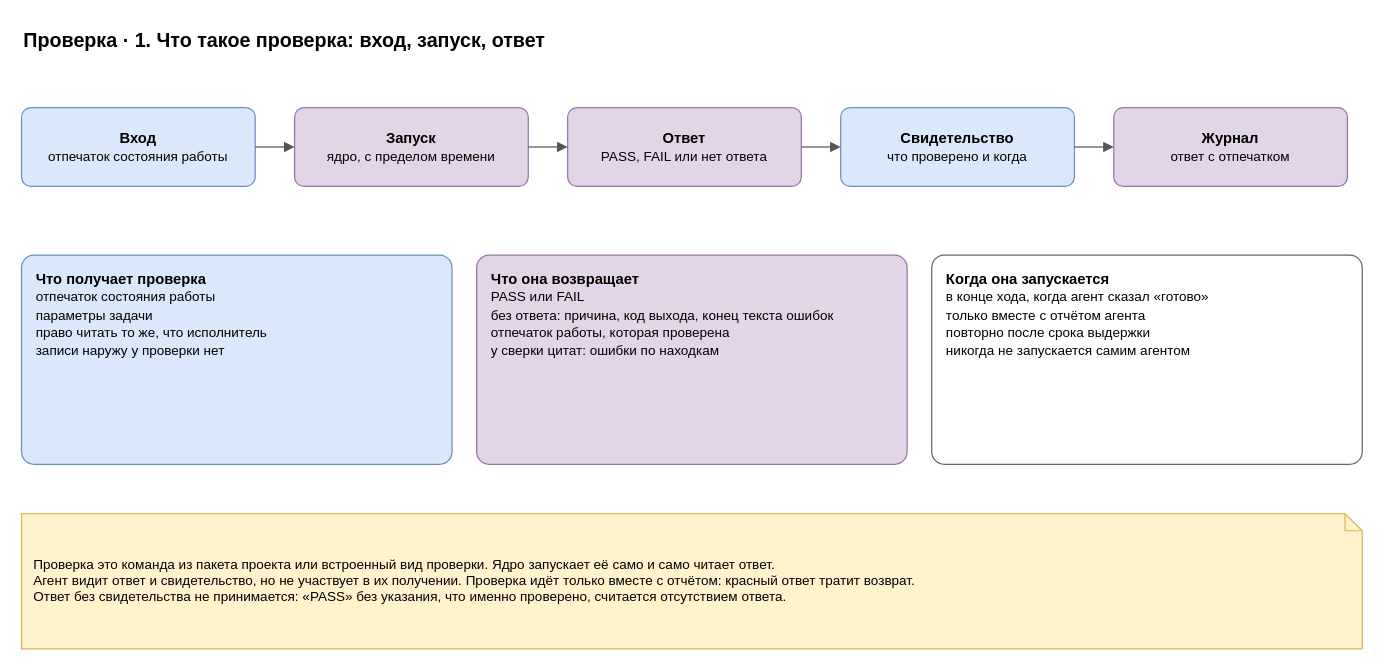
Before: page "1. Запуск и ответ" (1 of 5) of docs/spec/harness-check.drawio in roygkov/reins, a draw.io diagram. Source tidied: cells renumbered, new cells numbered last; positions are measured from the earlier drawing's top-left corner, leaving out a move shared by most shapes. Both pictures are drawn from the tidied source at 123%, with x=0, y=0 at pixel (21, 21).
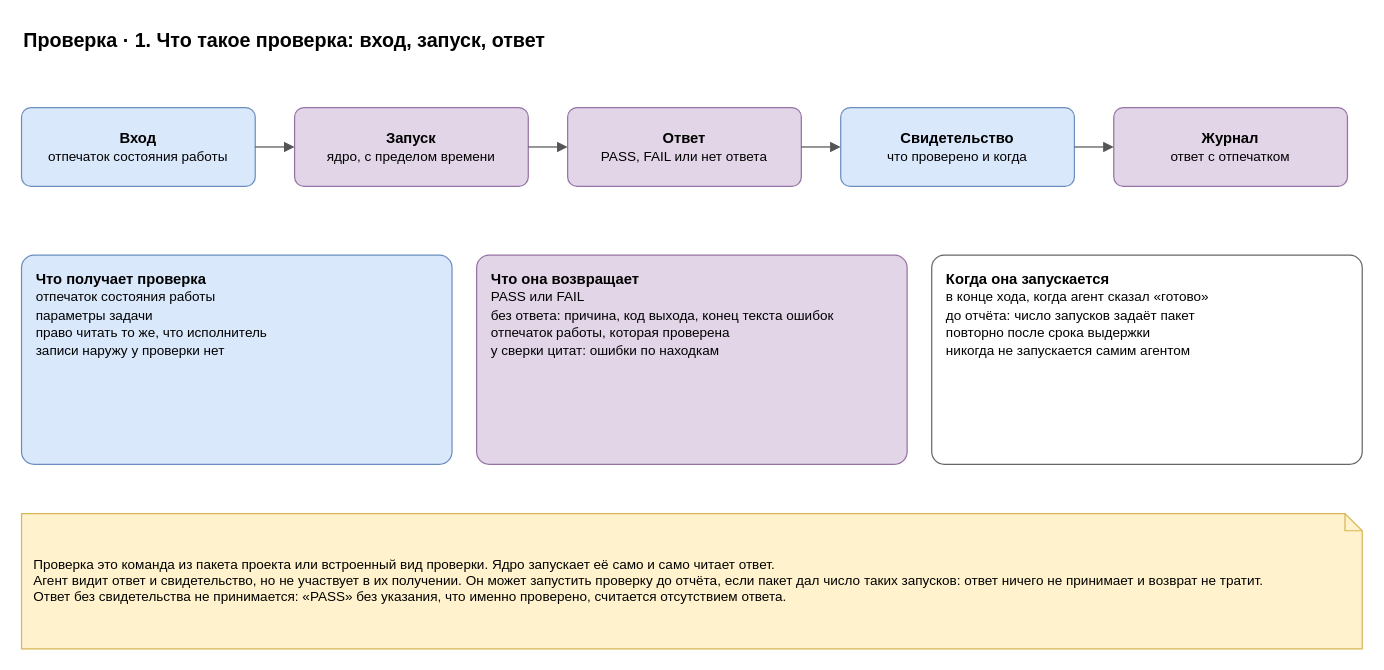
Above is the later version.

Change to the diagram source:
```diff
@@
 <mxGraphModel>
   <root>
     <mxCell id="0" />
     <mxCell id="1" parent="0" />
     <mxCell id="2" value="Проверка · 1. Что такое проверка: вход, запуск, ответ" style="text;html=1;align=left;verticalAlign=middle;whiteSpace=wrap;fontSize=16;strokeColor=none;fillColor=none;fontStyle=1;" parent="1" vertex="1">
       <mxGeometry width="900" height="30" as="geometry" />
     </mxCell>
     <mxCell id="3" value="&lt;b&gt;Вход&lt;/b&gt;&lt;br&gt;&lt;font style=&quot;font-size:11px&quot;&gt;отпечаток состояния работы&lt;/font&gt;" style="rounded=1;whiteSpace=wrap;html=1;fillColor=#dae8fc;strokeColor=#6c8ebf;arcSize=12;" parent="1" vertex="1">
       <mxGeometry y="70" width="190" height="64" as="geometry" />
     </mxCell>
     <mxCell id="4" value="&lt;b&gt;Запуск&lt;/b&gt;&lt;br&gt;&lt;font style=&quot;font-size:11px&quot;&gt;ядро, с пределом времени&lt;/font&gt;" style="rounded=1;whiteSpace=wrap;html=1;fillColor=#e1d5e7;strokeColor=#9673a6;arcSize=12;" parent="1" vertex="1">
       <mxGeometry x="222" y="70" width="190" height="64" as="geometry" />
     </mxCell>
     <mxCell id="5" style="edgeStyle=orthogonalEdgeStyle;rounded=0;html=1;endArrow=block;endFill=1;strokeColor=#555555;fontSize=11;labelBackgroundColor=#ffffff;" parent="1" edge="1" source="3" target="4">
       <mxGeometry relative="1" as="geometry" />
     </mxCell>
     <mxCell id="6" value="&lt;b&gt;Ответ&lt;/b&gt;&lt;br&gt;&lt;font style=&quot;font-size:11px&quot;&gt;PASS, FAIL или нет ответа&lt;/font&gt;" style="rounded=1;whiteSpace=wrap;html=1;fillColor=#e1d5e7;strokeColor=#9673a6;arcSize=12;" parent="1" vertex="1">
       <mxGeometry x="444" y="70" width="190" height="64" as="geometry" />
     </mxCell>
     <mxCell id="7" style="edgeStyle=orthogonalEdgeStyle;rounded=0;html=1;endArrow=block;endFill=1;strokeColor=#555555;fontSize=11;labelBackgroundColor=#ffffff;" parent="1" edge="1" source="4" target="6">
       <mxGeometry relative="1" as="geometry" />
     </mxCell>
     <mxCell id="8" value="&lt;b&gt;Свидетельство&lt;/b&gt;&lt;br&gt;&lt;font style=&quot;font-size:11px&quot;&gt;что проверено и когда&lt;/font&gt;" style="rounded=1;whiteSpace=wrap;html=1;fillColor=#dae8fc;strokeColor=#6c8ebf;arcSize=12;" parent="1" vertex="1">
       <mxGeometry x="666" y="70" width="190" height="64" as="geometry" />
     </mxCell>
     <mxCell id="9" style="edgeStyle=orthogonalEdgeStyle;rounded=0;html=1;endArrow=block;endFill=1;strokeColor=#555555;fontSize=11;labelBackgroundColor=#ffffff;" parent="1" edge="1" source="6" target="8">
       <mxGeometry relative="1" as="geometry" />
     </mxCell>
     <mxCell id="10" value="&lt;b&gt;Журнал&lt;/b&gt;&lt;br&gt;&lt;font style=&quot;font-size:11px&quot;&gt;ответ с отпечатком&lt;/font&gt;" style="rounded=1;whiteSpace=wrap;html=1;fillColor=#e1d5e7;strokeColor=#9673a6;arcSize=12;" parent="1" vertex="1">
       <mxGeometry x="888" y="70" width="190" height="64" as="geometry" />
     </mxCell>
     <mxCell id="11" style="edgeStyle=orthogonalEdgeStyle;rounded=0;html=1;endArrow=block;endFill=1;strokeColor=#555555;fontSize=11;labelBackgroundColor=#ffffff;" parent="1" edge="1" source="8" target="10">
       <mxGeometry relative="1" as="geometry" />
     </mxCell>
     <mxCell id="12" value="&lt;b&gt;Что получает проверка&lt;/b&gt;&lt;br&gt;&lt;font style=&quot;font-size:11px&quot;&gt;отпечаток состояния работы&lt;br&gt;параметры задачи&lt;br&gt;право читать то же, что исполнитель&lt;br&gt;записи наружу у проверки нет&lt;/font&gt;" style="rounded=1;whiteSpace=wrap;html=1;fillColor=#dae8fc;strokeColor=#6c8ebf;arcSize=6;align=left;verticalAlign=top;spacingLeft=10;spacingTop=6;spacingRight=6;" parent="1" vertex="1">
       <mxGeometry y="190" width="350" height="170" as="geometry" />
     </mxCell>
     <mxCell id="13" value="&lt;b&gt;Что она возвращает&lt;/b&gt;&lt;br&gt;&lt;font style=&quot;font-size:11px&quot;&gt;PASS или FAIL&lt;br&gt;без ответа: причина, код выхода, конец текста ошибок&lt;br&gt;отпечаток работы, которая проверена&lt;br&gt;у сверки цитат: ошибки по находкам&lt;/font&gt;" style="rounded=1;whiteSpace=wrap;html=1;fillColor=#e1d5e7;strokeColor=#9673a6;arcSize=6;align=left;verticalAlign=top;spacingLeft=10;spacingTop=6;spacingRight=6;" parent="1" vertex="1">
       <mxGeometry x="370" y="190" width="350" height="170" as="geometry" />
     </mxCell>
-    <mxCell id="14" value="&lt;b&gt;Когда она запускается&lt;/b&gt;&lt;br&gt;&lt;font style=&quot;font-size:11px&quot;&gt;в конце хода, когда агент сказал «готово»&lt;br&gt;только вместе с отчётом агента&lt;br&gt;повторно после срока выдержки&lt;br&gt;никогда не запускается самим агентом&lt;/font&gt;" style="rounded=1;whiteSpace=wrap;html=1;fillColor=#ffffff;strokeColor=#666666;arcSize=6;align=left;verticalAlign=top;spacingLeft=10;spacingTop=6;spacingRight=6;" parent="1" vertex="1">
+    <mxCell id="14" value="&lt;b&gt;Когда она запускается&lt;/b&gt;&lt;br&gt;&lt;font style=&quot;font-size:11px&quot;&gt;в конце хода, когда агент сказал «готово»&lt;br&gt;до отчёта: число запусков задаёт пакет&lt;br&gt;повторно после срока выдержки&lt;br&gt;никогда не запускается самим агентом&lt;/font&gt;" style="rounded=1;whiteSpace=wrap;html=1;fillColor=#ffffff;strokeColor=#666666;arcSize=6;align=left;verticalAlign=top;spacingLeft=10;spacingTop=6;spacingRight=6;" parent="1" vertex="1">
       <mxGeometry x="740" y="190" width="350" height="170" as="geometry" />
     </mxCell>
-    <mxCell id="15" value="Проверка это команда из пакета проекта или встроенный вид проверки. Ядро запускает её само и само читает ответ.&lt;br&gt;Агент видит ответ и свидетельство, но не участвует в их получении. Проверка идёт только вместе с отчётом: красный ответ тратит возврат.&lt;br&gt;Ответ без свидетельства не принимается: «PASS» без указания, что именно проверено, считается отсутствием ответа." style="shape=note;whiteSpace=wrap;html=1;backgroundOutline=1;size=14;fillColor=#fff2cc;strokeColor=#d6b656;align=left;spacingLeft=8;spacingRight=8;fontSize=11;" parent="1" vertex="1">
+    <mxCell id="15" value="Проверка это команда из пакета проекта или встроенный вид проверки. Ядро запускает её само и само читает ответ.&lt;br&gt;Агент видит ответ и свидетельство, но не участвует в их получении. Он может запустить проверку до отчёта, если пакет дал число таких запусков: ответ ничего не принимает и возврат не тратит.&lt;br&gt;Ответ без свидетельства не принимается: «PASS» без указания, что именно проверено, считается отсутствием ответа." style="shape=note;whiteSpace=wrap;html=1;backgroundOutline=1;size=14;fillColor=#fff2cc;strokeColor=#d6b656;align=left;spacingLeft=8;spacingRight=8;fontSize=11;" parent="1" vertex="1">
       <mxGeometry y="400" width="1090" height="110" as="geometry" />
     </mxCell>
   </root>
 </mxGraphModel>
```
